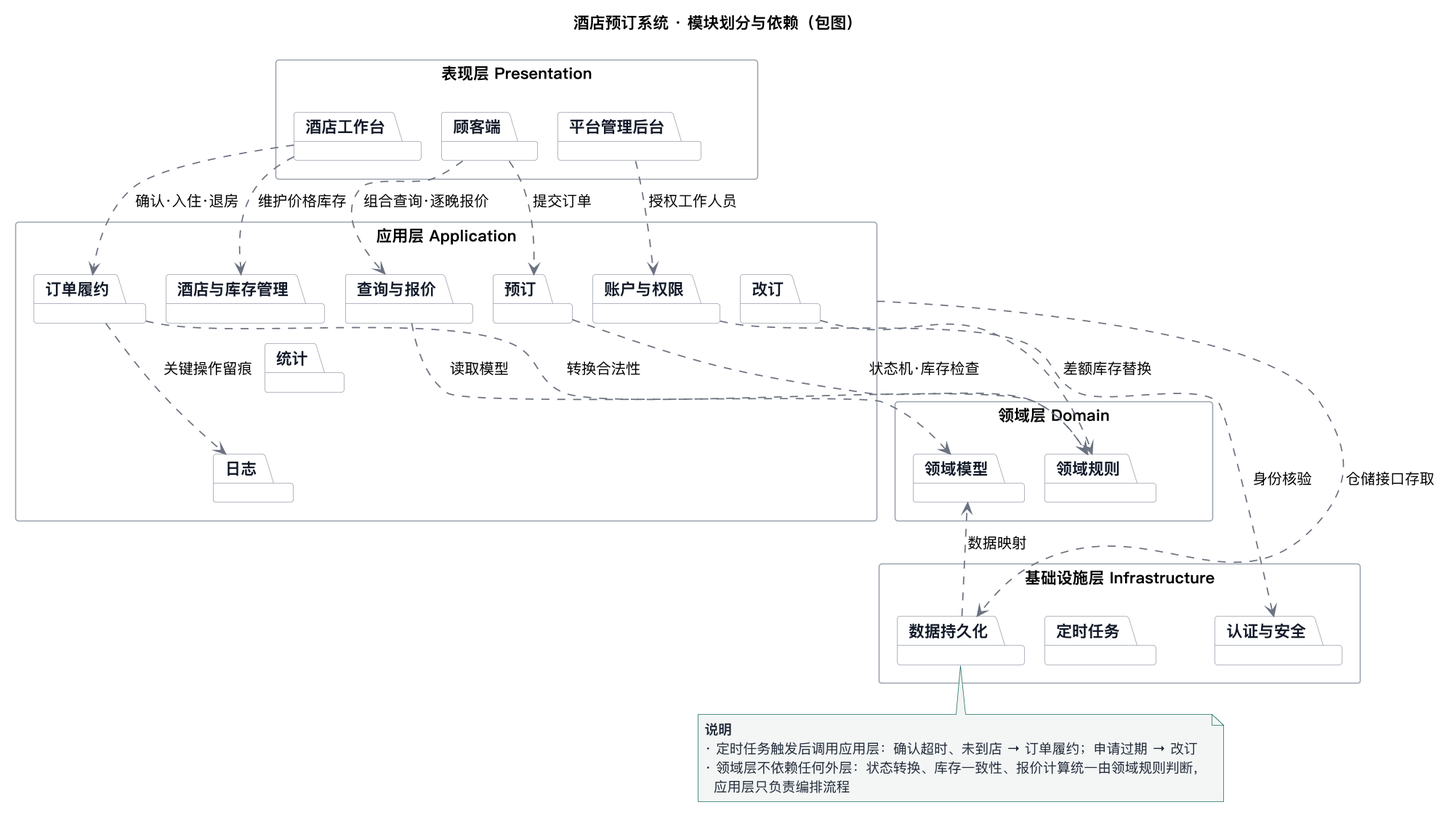
The PlantUML diagram lab2/实验2_231220170_央金灵卓/UML/UML包图.png in yangjinlingzhuo/se-lab1-hotel-booking, before a commit.
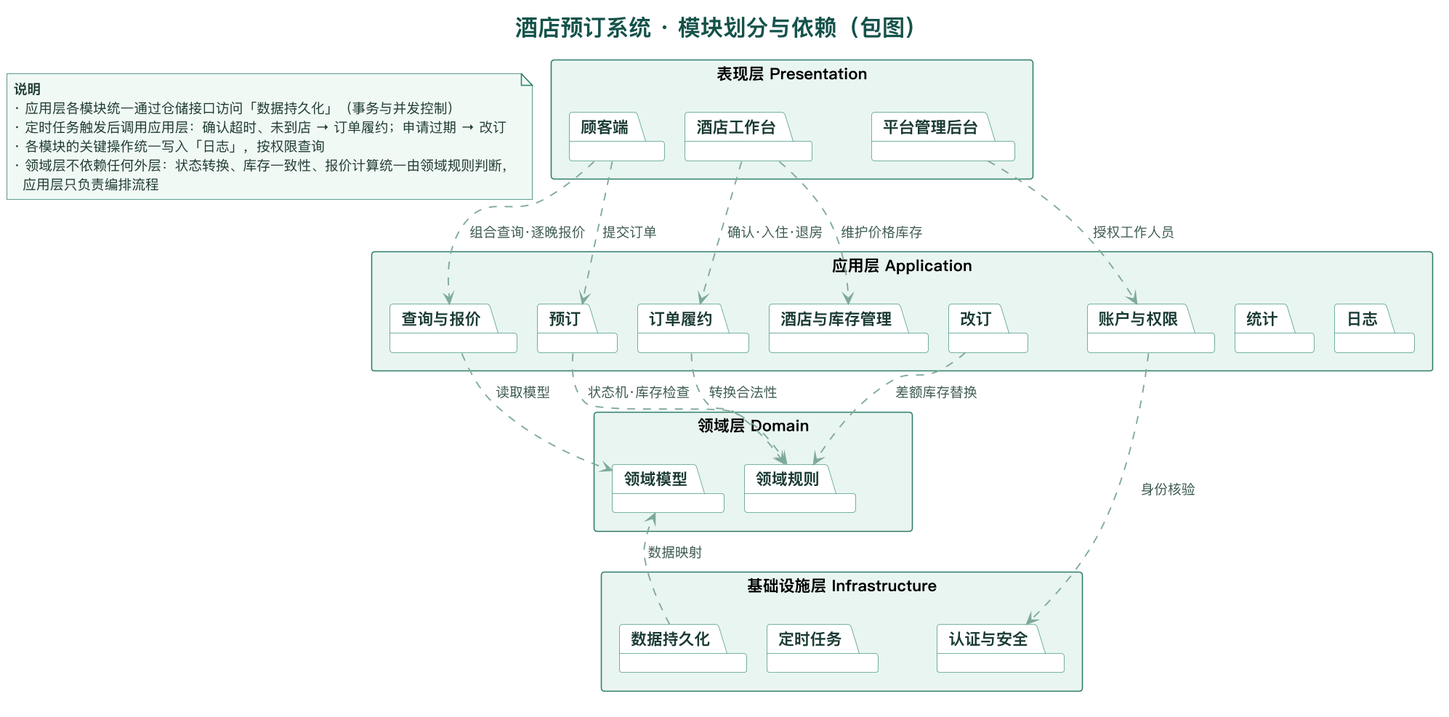
Later version of the same file.

Commit message:
人工反馈+AI修改(lab2): 包图改用实验一浅绿主题，精简跨层连线

The edit, as a diff of the source:
```diff
@@ -2,25 +2,39 @@
 title 酒店预订系统 · 模块划分与依赖（包图）
 
 skinparam packageStyle rectangle
+hide <<layer>> stereotype
 skinparam shadowing false
 skinparam defaultFontName "PingFang SC"
 skinparam dpi 150
-skinparam ArrowColor #6B7280
-skinparam ArrowThickness 1.1
+skinparam title {
+  FontColor #14524A
+  FontSize 20
+}
+skinparam ArrowColor #7FA99B
+skinparam ArrowThickness 1.2
+skinparam ArrowFontColor #3D5A50
+skinparam ArrowFontSize 12
 skinparam package {
-  BackgroundColor #FBFBFB
-  BorderColor #9CA3AF
-  FontColor #111827
+  BackgroundColor #FFFFFF
+  BorderColor #4E9A8A
+  FontColor #1A3A34
   FontSize 14
 }
+skinparam package<<layer>> {
+  BackgroundColor #E9F5F0
+  BorderColor #2E7D6B
+  FontColor #14524A
+  FontSize 15
+  FontStyle bold
+}
 skinparam note {
-  BackgroundColor #F3F6F5
-  BorderColor #1E6E64
-  FontColor #1F2937
+  BackgroundColor #F0F9F4
+  BorderColor #2E7D6B
+  FontColor #1F3A33
   FontSize 12
 }
 
-package "表现层 Presentation" {
+package "表现层 Presentation" <<layer>> {
   package "顾客端"
   package "酒店工作台"
   package "平台管理后台"
@@ -28,31 +42,31 @@
   "酒店工作台" -[hidden]r- "平台管理后台"
 }
 
-package "应用层 Application" {
+package "应用层 Application" <<layer>> {
   package "查询与报价"
   package "预订"
   package "订单履约"
-  package "改订"
   package "酒店与库存管理"
   package "账户与权限"
+  package "改订"
   package "统计"
   package "日志"
   "查询与报价" -[hidden]r- "预订"
   "预订" -[hidden]r- "订单履约"
-  "订单履约" -[hidden]r- "改订"
-  "改订" -[hidden]r- "酒店与库存管理"
+  "订单履约" -[hidden]r- "酒店与库存管理"
   "酒店与库存管理" -[hidden]r- "账户与权限"
-  "账户与权限" -[hidden]r- "统计"
+  "账户与权限" -[hidden]r- "改订"
+  "改订" -[hidden]r- "统计"
   "统计" -[hidden]r- "日志"
 }
 
-package "领域层 Domain" {
+package "领域层 Domain" <<layer>> {
   package "领域模型"
   package "领域规则"
   "领域模型" -[hidden]r- "领域规则"
 }
 
-package "基础设施层 Infrastructure" {
+package "基础设施层 Infrastructure" <<layer>> {
   package "数据持久化"
   package "定时任务"
   package "认证与安全"
@@ -63,37 +77,37 @@
 "表现层 Presentation" -[hidden]d- "应用层 Application"
 "应用层 Application" -[hidden]d- "领域层 Domain"
 "领域层 Domain" -[hidden]d- "基础设施层 Infrastructure"
-"顾客端" -[hidden]d- "查询与报价"
+"顾客端" -[hidden]d- "预订"
 "酒店工作台" -[hidden]d- "订单履约"
 "平台管理后台" -[hidden]d- "账户与权限"
+"订单履约" -[hidden]d- "领域规则"
+"查询与报价" -[hidden]d- "领域模型"
+"领域模型" -[hidden]d- "数据持久化"
+"领域规则" -[hidden]d- "定时任务"
+"账户与权限" -[hidden]d- "认证与安全"
 
 "顾客端" ..> "查询与报价" : 组合查询·逐晚报价
 "顾客端" ..> "预订" : 提交订单
+"酒店工作台" ..> "订单履约" : 确认·入住·退房
 "酒店工作台" ..> "酒店与库存管理" : 维护价格库存
-"酒店工作台" ..> "订单履约" : 确认·入住·退房
 "平台管理后台" ..> "账户与权限" : 授权工作人员
 
+"查询与报价" ..> "领域模型" : 读取模型
 "预订" ..> "领域规则" : 状态机·库存检查
 "订单履约" ..> "领域规则" : 转换合法性
 "改订" ..> "领域规则" : 差额库存替换
-"查询与报价" ..> "领域模型" : 读取模型
 
-"订单履约" ..> "日志" : 关键操作留痕
-"应用层 Application" ..> "数据持久化" : 仓储接口存取
 "账户与权限" ..> "认证与安全" : 身份核验
 
 "数据持久化" ..> "领域模型" : 数据映射
 
 note as N1
   <b>说明</b>
+  · 应用层各模块统一通过仓储接口访问「数据持久化」（事务与并发控制）
   · 定时任务触发后调用应用层：确认超时、未到店 → 订单履约；申请过期 → 改订
+  · 各模块的关键操作统一写入「日志」，按权限查询
   · 领域层不依赖任何外层：状态转换、库存一致性、报价计算统一由领域规则判断，
     应用层只负责编排流程
 end note
-"数据持久化" -[hidden]d- N1
-
-"预订" -[hidden]d- "领域规则"
-"领域规则" -[hidden]d- "定时任务"
-"领域模型" -[hidden]d- "数据持久化"
 
 @enduml
```
